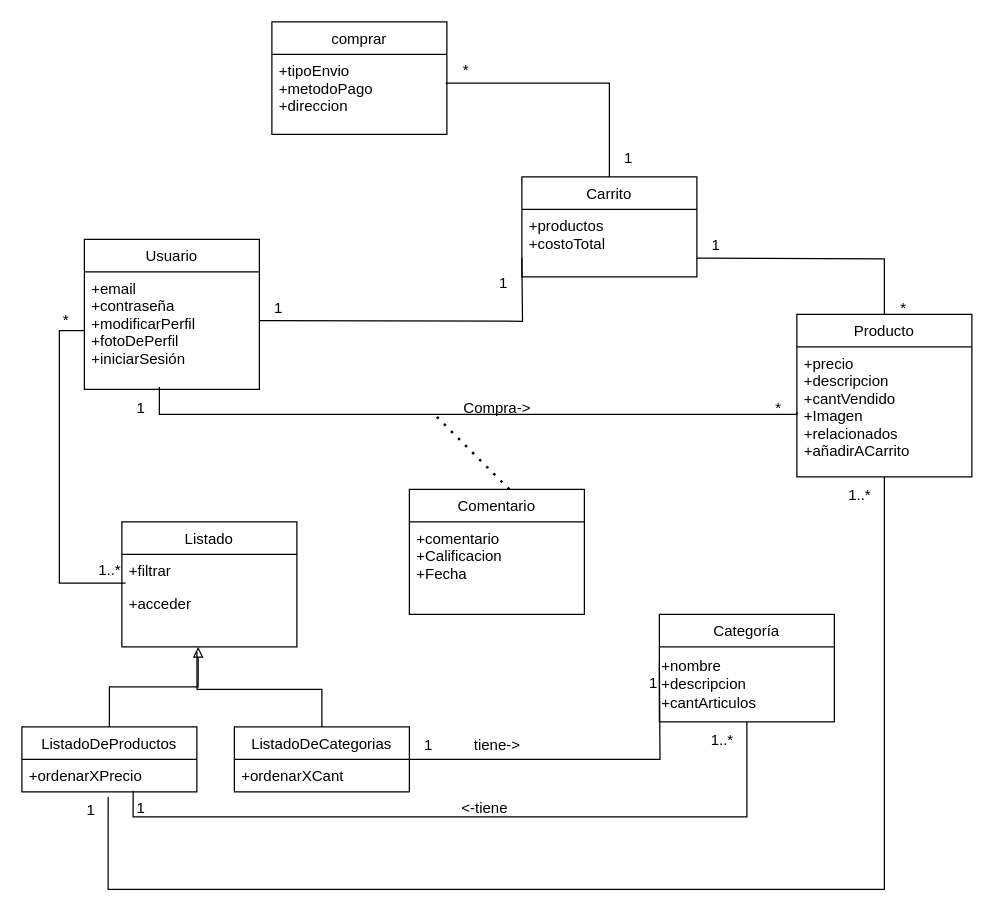
Earlier version of the draw.io diagram Diagrama sin título.drawio (rominaamartinez/Taller-JaP-2022). Source tidied: cells renumbered, new cells numbered last; positions are measured from the earlier drawing's top-left corner, leaving out a move shared by most shapes. Both pictures are drawn from the tidied source at 125%, with x=0, y=0 at pixel (21, 21).
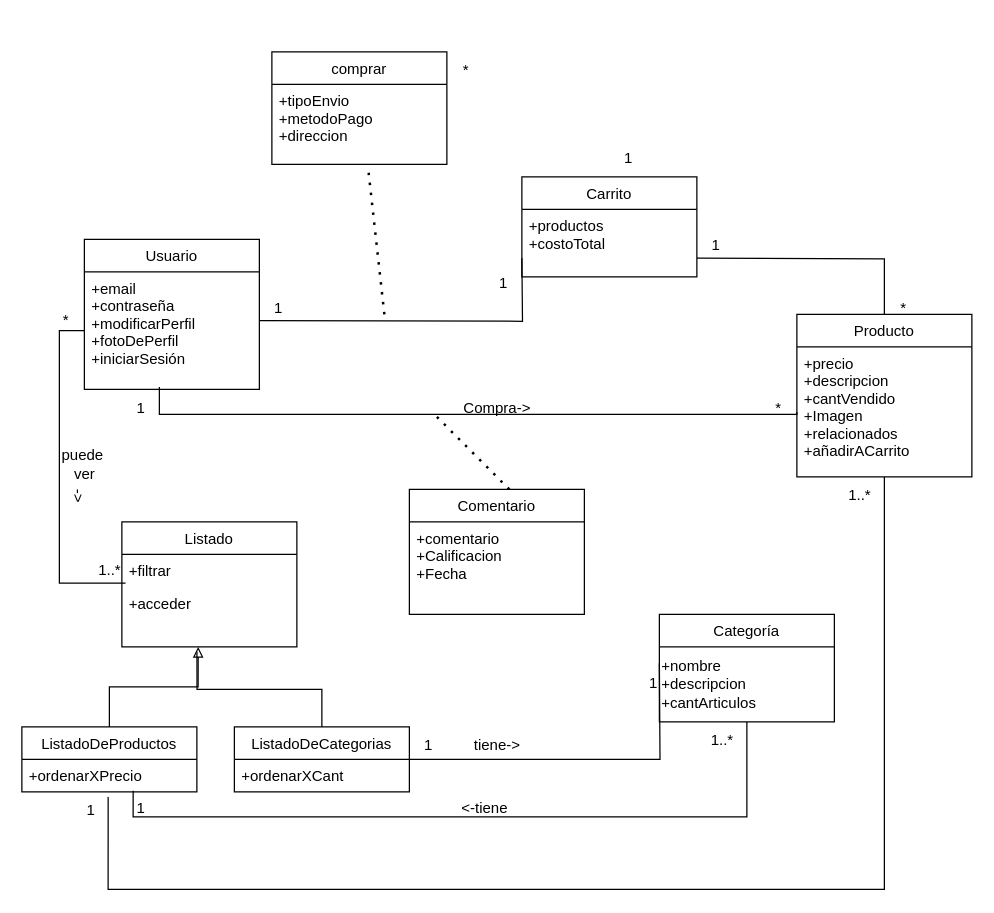
The same page after the edit.

Unchanged cells that the change refers to:
```xml
<mxCell id="5" value="Carrito" style="swimlane;fontStyle=0;horizontal=1;startSize=26;fillColor=none;" parent="1" vertex="1">
  <mxGeometry x="400" y="124" width="140" height="80" as="geometry" />
</mxCell>
<mxCell id="29" value="+tipoEnvio&#10;+metodoPago&#10;+direccion" style="text;strokeColor=none;fillColor=none;align=left;verticalAlign=top;spacingLeft=4;spacingRight=4;overflow=hidden;points=[[0,0.5],[1,0.5]];portConstraint=eastwest;" parent="28" vertex="1">
  <mxGeometry y="26" width="140" height="64" as="geometry" />
</mxCell>
```

What changed in the source:
```diff
@@
-    <mxCell id="4" style="edgeStyle=orthogonalEdgeStyle;rounded=0;jettySize=auto;html=1;exitX=0.5;exitY=0;exitDx=0;exitDy=0;entryX=0.993;entryY=0.359;entryDx=0;entryDy=0;entryPerimeter=0;endArrow=none;endFill=0;" parent="1" edge="1" source="5" target="29">
-      <mxGeometry relative="1" as="geometry" />
-    </mxCell>
@@
     <mxCell id="28" value="comprar" style="swimlane;fontStyle=0;horizontal=1;startSize=26;fillColor=none;" parent="1" vertex="1">
-      <mxGeometry x="200" width="140" height="90" as="geometry" />
+      <mxGeometry x="200" y="24" width="140" height="90" as="geometry" />
     </mxCell>
@@
+    <mxCell id="51" style="endArrow=none;dashed=1;html=1;dashPattern=1 3;strokeWidth=2;rounded=0;entryX=0.55;entryY=1.047;entryDx=0;entryDy=0;entryPerimeter=0;" parent="1" edge="1" target="29">
+      <mxGeometry relative="1" as="geometry">
+        <mxPoint x="290" y="234" as="sourcePoint" />
+      </mxGeometry>
+    </mxCell>
+    <mxCell id="52" value="puede&amp;nbsp;&lt;br&gt;ver" style="text;html=1;align=center;verticalAlign=middle;strokeColor=none;fillColor=none;" parent="1" vertex="1">
+      <mxGeometry x="20" y="334" width="60" height="40" as="geometry" />
+    </mxCell>
+    <mxCell id="53" value="-&amp;gt;" style="text;html=1;align=center;verticalAlign=middle;strokeColor=none;fillColor=none;rotation=90;" parent="1" vertex="1">
+      <mxGeometry x="30" y="364" width="30" height="30" as="geometry" />
+    </mxCell>
```
